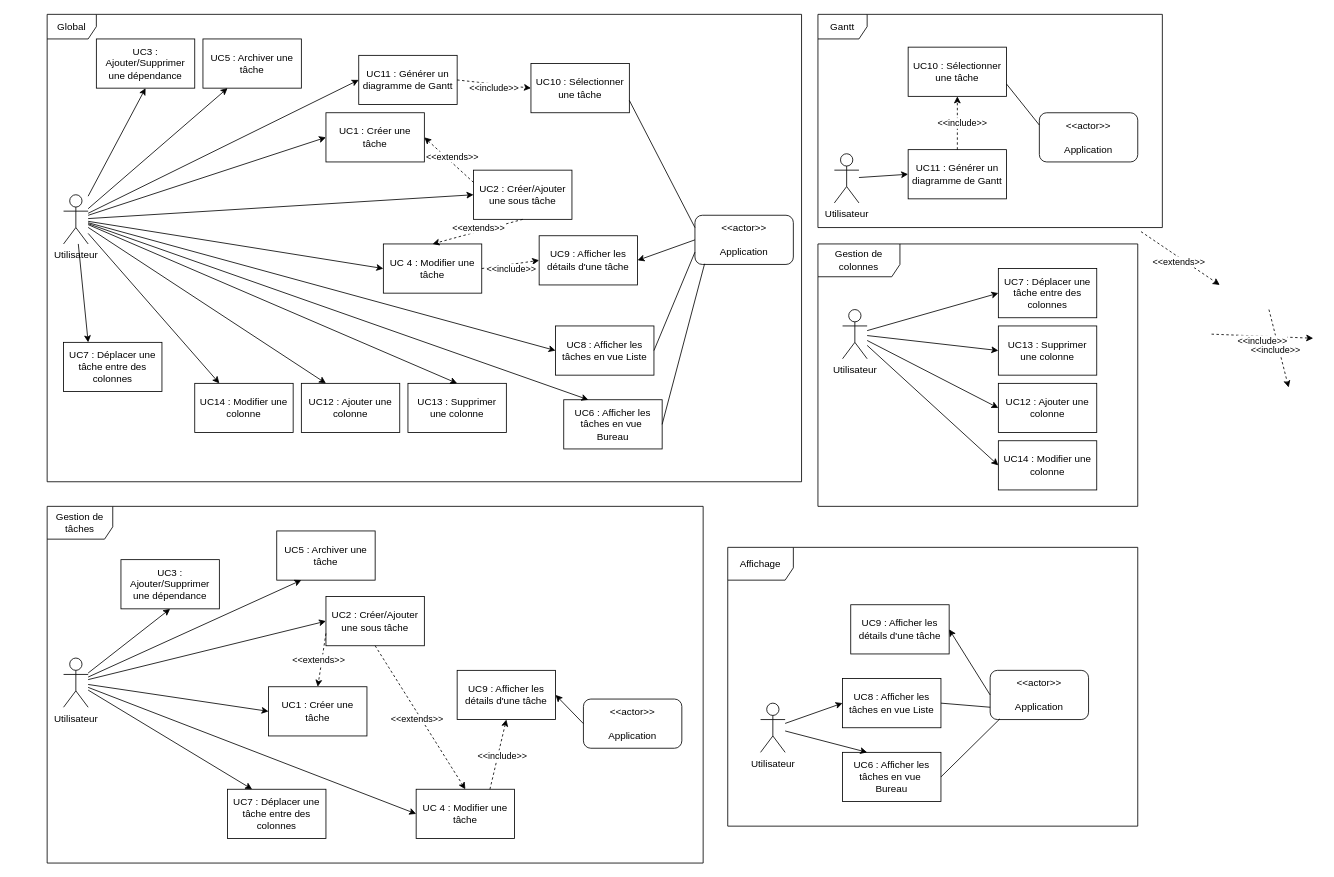
The draw.io diagram analyse/Diagramme_UC/SAEQDevS3.drawio in AlexanderCARNET/SAE_3_01_dev_application, before the edit. Source tidied: cells renumbered, new cells numbered last; positions are measured from the earlier drawing's top-left corner, leaving out a move shared by most shapes. Both pictures are drawn from the tidied source at 82%, with x=0, y=0 at pixel (47, 14).
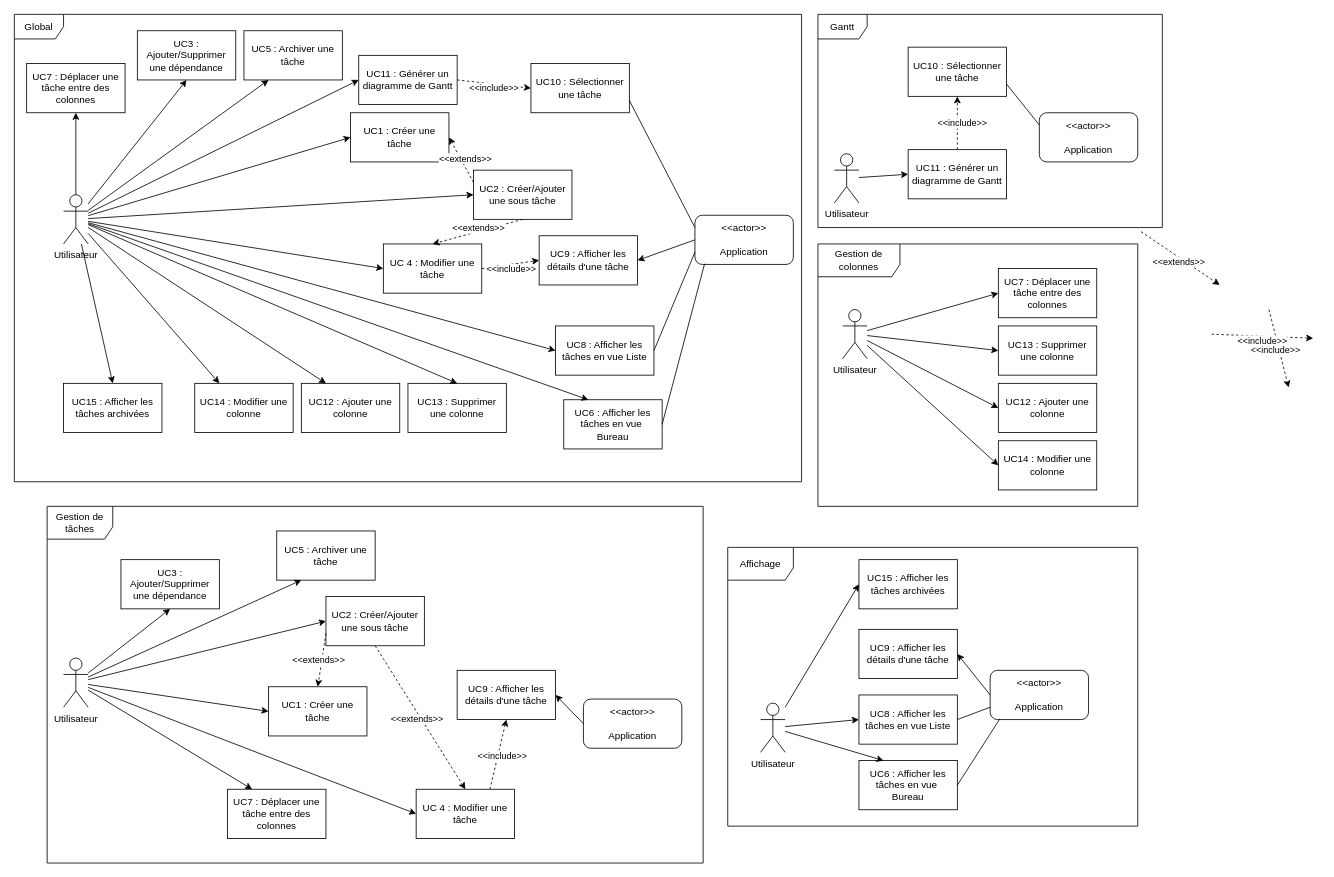
The same page after the edit.

Commit message (it also covers changes not shown here):
[MODIFY] Modification du diagramme

The change refers to these unchanged cells:
```xml
<mxCell id="2" value="Utilisateur" style="shape=umlActor;verticalLabelPosition=bottom;verticalAlign=top;html=1;outlineConnect=0;" parent="1" vertex="1">
  <mxGeometry x="20" y="220" width="30" height="60" as="geometry" />
</mxCell>
<mxCell id="52" value="Utilisateur" style="shape=umlActor;verticalLabelPosition=bottom;verticalAlign=top;html=1;outlineConnect=0;" parent="1" vertex="1">
  <mxGeometry x="870" y="840" width="30" height="60" as="geometry" />
</mxCell>
```

The edit, as a diff of the source:
```diff
@@
     <mxCell id="4" value="UC5 : Archiver une tâche" style="rounded=0;whiteSpace=wrap;html=1;" parent="1" vertex="1">
-      <mxGeometry x="190" y="30" width="120" height="60" as="geometry" />
+      <mxGeometry x="240" y="20" width="120" height="60" as="geometry" />
     </mxCell>
     <mxCell id="5" value="UC3 : Ajouter/Supprimer une dépendance" style="rounded=0;whiteSpace=wrap;html=1;" parent="1" vertex="1">
-      <mxGeometry x="60" y="30" width="120" height="60" as="geometry" />
+      <mxGeometry x="110" y="20" width="120" height="60" as="geometry" />
     </mxCell>
     <mxCell id="6" value="UC7 : Déplacer une tâche entre des colonnes" style="rounded=0;whiteSpace=wrap;html=1;" parent="1" vertex="1">
-      <mxGeometry x="20" y="400" width="120" height="60" as="geometry" />
+      <mxGeometry x="-25" y="60" width="120" height="60" as="geometry" />
     </mxCell>
     <mxCell id="7" value="UC1 : Créer une tâche" style="whiteSpace=wrap;html=1;" parent="1" vertex="1">
-      <mxGeometry x="340" y="120" width="120" height="60" as="geometry" />
+      <mxGeometry x="370" y="120" width="120" height="60" as="geometry" />
     </mxCell>
@@
-    <mxCell id="31" style="edgeStyle=none;jettySize=auto;html=1;rounded=0;entryX=0.25;entryY=0;entryDx=0;entryDy=0;" parent="1" edge="1" source="2" target="6">
+    <mxCell id="31" style="edgeStyle=none;jettySize=auto;html=1;rounded=0;entryX=0.5;entryY=1;entryDx=0;entryDy=0;" parent="1" edge="1" source="2" target="6">
       <mxGeometry relative="1" as="geometry" />
     </mxCell>
@@
     <mxCell id="41" value="Global" style="shape=umlFrame;whiteSpace=wrap;html=1;" parent="1" vertex="1">
-      <mxGeometry width="920" height="570" as="geometry" />
+      <mxGeometry x="-40" width="960" height="570" as="geometry" />
     </mxCell>
@@
     <mxCell id="53" value="UC6 : Afficher les tâches en vue&amp;nbsp;&lt;div&gt;Bureau&lt;/div&gt;" style="rounded=0;whiteSpace=wrap;html=1;" parent="1" vertex="1">
-      <mxGeometry x="970" y="900" width="120" height="60" as="geometry" />
+      <mxGeometry x="990" y="910" width="120" height="60" as="geometry" />
     </mxCell>
     <mxCell id="54" value="UC8 : Afficher les tâches en vue Liste" style="rounded=0;whiteSpace=wrap;html=1;" parent="1" vertex="1">
-      <mxGeometry x="970" y="810" width="120" height="60" as="geometry" />
+      <mxGeometry x="990" y="830" width="120" height="60" as="geometry" />
     </mxCell>
     <mxCell id="55" value="UC9 : Afficher les détails d'une tâche" style="rounded=0;whiteSpace=wrap;html=1;" parent="1" vertex="1">
-      <mxGeometry x="980" y="720" width="120" height="60" as="geometry" />
+      <mxGeometry x="990" y="750" width="120" height="60" as="geometry" />
     </mxCell>
@@
+    <mxCell id="102" value="UC15 : Afficher les tâches archivées" style="rounded=0;whiteSpace=wrap;html=1;" parent="1" vertex="1">
+      <mxGeometry x="20" y="450" width="120" height="60" as="geometry" />
+    </mxCell>
+    <mxCell id="103" style="edgeStyle=none;jettySize=auto;html=1;rounded=0;entryX=0.5;entryY=0;entryDx=0;entryDy=0;" parent="1" edge="1" source="2" target="102">
+      <mxGeometry relative="1" as="geometry" />
+    </mxCell>
+    <mxCell id="104" value="UC15 : Afficher les tâches archivées" style="rounded=0;whiteSpace=wrap;html=1;" parent="1" vertex="1">
+      <mxGeometry x="990" y="665" width="120" height="60" as="geometry" />
+    </mxCell>
+    <mxCell id="105" style="edgeStyle=none;jettySize=auto;html=1;rounded=0;entryX=0;entryY=0.5;entryDx=0;entryDy=0;" parent="1" edge="1" source="52" target="104">
+      <mxGeometry relative="1" as="geometry" />
+    </mxCell>
```
